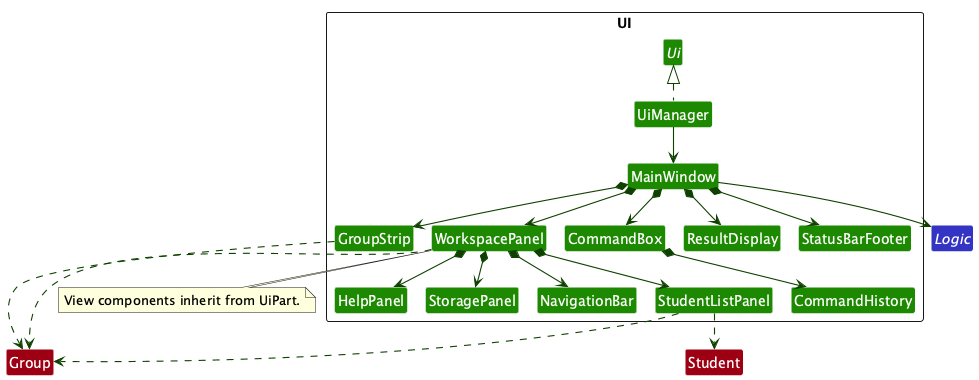
AY2627S1-CS2103T-T12-4/tp keeps this PlantUML diagram as docs/images/UiClassDiagram.png. Above is the earlier version.
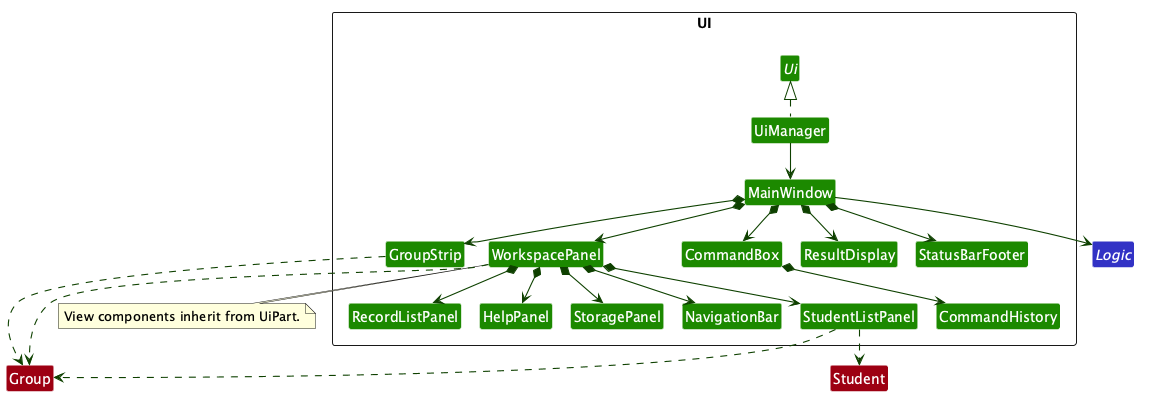
The same file after the commit.

Diff of the diagram source:
```diff
@@ -23,6 +23,7 @@
 class ResultDisplay
 class StatusBarFooter
 class StudentListPanel
+class RecordListPanel
 class HelpPanel
 class StoragePanel
 }
@@ -37,6 +38,7 @@
 MainWindow *--> WorkspacePanel
 WorkspacePanel *--> NavigationBar
 WorkspacePanel *--> StudentListPanel
+WorkspacePanel *--> RecordListPanel
 WorkspacePanel *--> HelpPanel
 WorkspacePanel *--> StoragePanel
 
```
